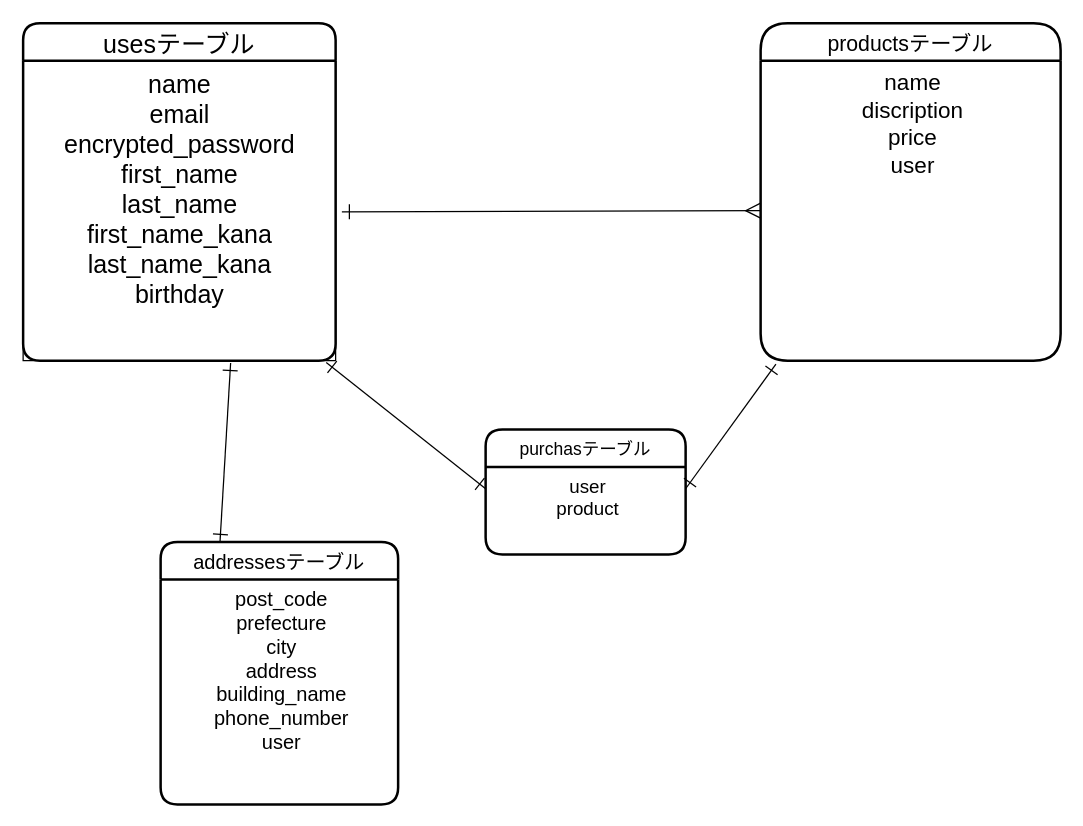
This is furima.dio from yyhoshino/furima-38595, a draw.io file, before an edit. Source tidied: cells renumbered, new cells numbered last; positions are measured from the earlier drawing's top-left corner, leaving out a move shared by most shapes. Both pictures are drawn from the tidied source at 125%, with x=0, y=0 at pixel (22, 22).
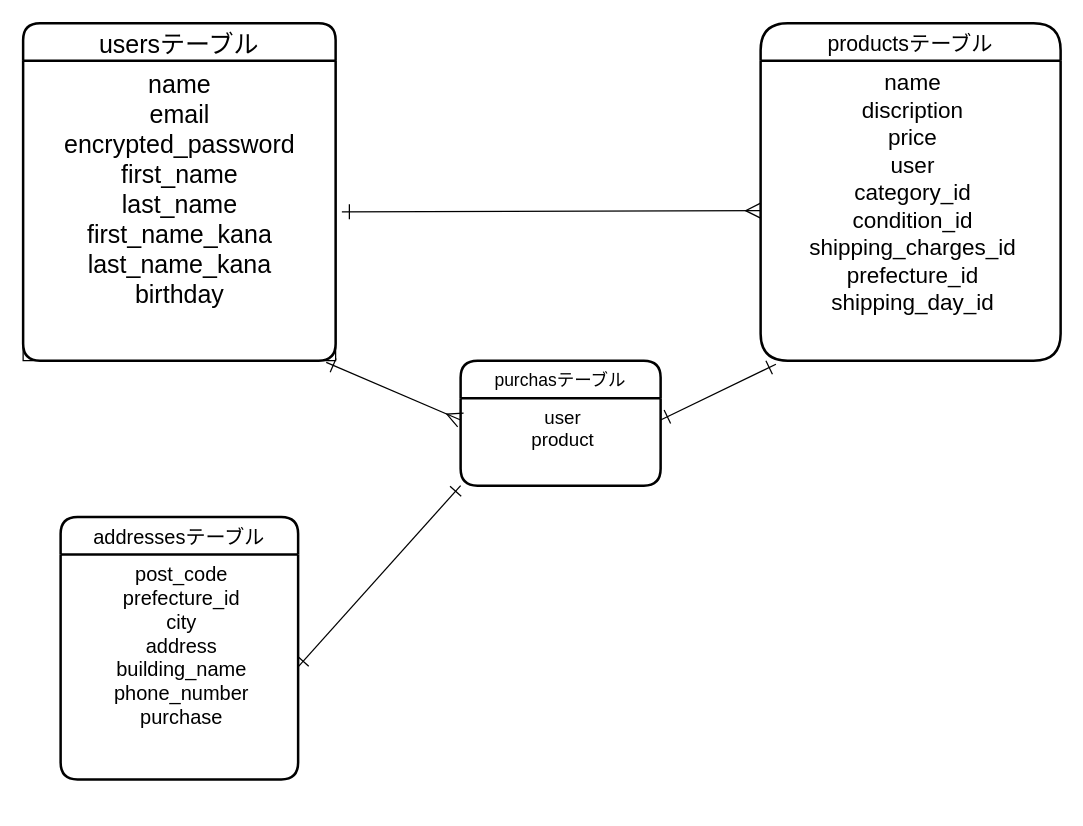
The same diagram, later.

What changed in the source:
```diff
@@
 <mxGraphModel>
   <root>
     <mxCell id="0" />
     <mxCell id="1" parent="0" />
-    <mxCell id="2" value="usesテーブル" style="swimlane;horizontal=1;startSize=30;rounded=1;fontSize=20;fontStyle=0;strokeWidth=2;shadow=0;dashed=0;align=center;" parent="1" vertex="1">
+    <mxCell id="2" value="usersテーブル" style="swimlane;horizontal=1;startSize=30;rounded=1;fontSize=20;fontStyle=0;strokeWidth=2;shadow=0;dashed=0;align=center;" parent="1" vertex="1">
       <mxGeometry width="250" height="270" as="geometry" />
     </mxCell>
     <mxCell id="3" value="name&lt;br&gt;email&lt;br&gt;encrypted_password&lt;br&gt;first_name&lt;br&gt;last_name&lt;br&gt;first_name_kana&lt;br&gt;last_name_kana&lt;br&gt;&lt;div&gt;birthday&lt;/div&gt;" style="text;html=1;align=center;verticalAlign=top;points=[];strokeColor=default;fillColor=none;fontSize=20;fontStyle=0;" parent="2" vertex="1">
       <mxGeometry y="30" width="250" height="240" as="geometry" />
     </mxCell>
     <mxCell id="4" value="productsテーブル" style="swimlane;horizontal=1;startSize=30;rounded=1;fontSize=17;fontStyle=0;strokeWidth=2;shadow=0;dashed=0;align=center;arcSize=24;" parent="1" vertex="1">
       <mxGeometry x="590" width="240" height="270" as="geometry" />
     </mxCell>
-    <mxCell id="5" value="name&#10;discription&#10;price&#10;user&#10;" style="align=center;strokeColor=none;fillColor=none;spacingLeft=4;fontSize=18;verticalAlign=top;" parent="4" vertex="1">
+    <mxCell id="5" value="name&#10;discription&#10;price&#10;user&#10;category_id&#10;condition_id&#10;shipping_charges_id&#10;prefecture_id&#10;shipping_day_id&#10;" style="align=center;strokeColor=none;fillColor=none;spacingLeft=4;fontSize=18;verticalAlign=top;" parent="4" vertex="1">
       <mxGeometry y="30" width="240" height="240" as="geometry" />
     </mxCell>
     <mxCell id="6" style="edgeStyle=none;html=1;fontSize=18;endArrow=ERmany;endFill=0;strokeWidth=1;endSize=10;entryX=0;entryY=0.5;entryDx=0;entryDy=0;startArrow=ERone;startFill=0;targetPerimeterSpacing=10;sourcePerimeterSpacing=10;startSize=10;exitX=1.02;exitY=0.504;exitDx=0;exitDy=0;exitPerimeter=0;" parent="1" edge="1" source="3" target="5">
       <mxGeometry relative="1" as="geometry" />
     </mxCell>
     <mxCell id="7" value="purchasテーブル" style="swimlane;horizontal=1;startSize=30;rounded=1;fontSize=14;fontStyle=0;strokeWidth=2;shadow=0;dashed=0;align=center;" parent="1" vertex="1">
-      <mxGeometry x="370" y="325" width="160" height="100" as="geometry" />
+      <mxGeometry x="350" y="270" width="160" height="100" as="geometry" />
     </mxCell>
     <mxCell id="8" value="user&#10;product" style="align=center;strokeColor=none;fillColor=none;spacingLeft=4;fontSize=15;verticalAlign=top;" parent="7" vertex="1">
       <mxGeometry y="30" width="160" height="70" as="geometry" />
     </mxCell>
     <mxCell id="9" style="edgeStyle=none;html=1;exitX=1;exitY=0.25;exitDx=0;exitDy=0;fontSize=15;startArrow=ERone;startFill=0;endArrow=ERone;endFill=0;startSize=10;endSize=10;sourcePerimeterSpacing=10;targetPerimeterSpacing=10;strokeWidth=1;entryX=0.051;entryY=1.012;entryDx=0;entryDy=0;entryPerimeter=0;" parent="1" edge="1" source="8" target="5">
       <mxGeometry relative="1" as="geometry" />
     </mxCell>
-    <mxCell id="10" style="edgeStyle=none;html=1;exitX=0.25;exitY=0;exitDx=0;exitDy=0;entryX=0.664;entryY=1.008;entryDx=0;entryDy=0;entryPerimeter=0;fontSize=16;startArrow=ERone;startFill=0;endArrow=ERone;endFill=0;startSize=10;endSize=10;sourcePerimeterSpacing=10;targetPerimeterSpacing=10;strokeWidth=1;" parent="1" edge="1" source="11" target="3">
-      <mxGeometry relative="1" as="geometry" />
-    </mxCell>
     <mxCell id="11" value="addressesテーブル" style="swimlane;horizontal=1;startSize=30;rounded=1;fontSize=16;fontStyle=0;strokeWidth=2;shadow=0;dashed=0;align=center;" parent="1" vertex="1">
-      <mxGeometry x="110" y="415" width="190" height="210" as="geometry" />
+      <mxGeometry x="30" y="395" width="190" height="210" as="geometry" />
     </mxCell>
-    <mxCell id="12" value="post_code&#10;prefecture&#10;city&#10;address&#10;building_name&#10;phone_number&#10;user" style="align=center;strokeColor=none;fillColor=none;spacingLeft=4;fontSize=16;verticalAlign=top;" parent="11" vertex="1">
+    <mxCell id="12" value="post_code&#10;prefecture_id&#10;city&#10;address&#10;building_name&#10;phone_number&#10;purchase" style="align=center;strokeColor=none;fillColor=none;spacingLeft=4;fontSize=16;verticalAlign=top;" parent="11" vertex="1">
       <mxGeometry y="30" width="190" height="180" as="geometry" />
     </mxCell>
-    <mxCell id="13" style="edgeStyle=none;html=1;exitX=0;exitY=0.25;exitDx=0;exitDy=0;entryX=0.97;entryY=1.006;entryDx=0;entryDy=0;entryPerimeter=0;fontSize=15;startArrow=ERone;startFill=0;endArrow=ERone;endFill=0;startSize=10;endSize=10;sourcePerimeterSpacing=10;targetPerimeterSpacing=10;strokeWidth=1;" parent="1" edge="1" source="8" target="3">
+    <mxCell id="13" style="edgeStyle=none;html=1;exitX=0;exitY=0.25;exitDx=0;exitDy=0;entryX=0.97;entryY=1.006;entryDx=0;entryDy=0;entryPerimeter=0;fontSize=15;startArrow=ERmany;startFill=0;endArrow=ERone;endFill=0;startSize=10;endSize=10;sourcePerimeterSpacing=10;targetPerimeterSpacing=10;strokeWidth=1;" parent="1" edge="1" source="8" target="3">
       <mxGeometry relative="1" as="geometry" />
     </mxCell>
+    <mxCell id="14" style="edgeStyle=none;html=1;exitX=0;exitY=1;exitDx=0;exitDy=0;entryX=1;entryY=0.5;entryDx=0;entryDy=0;fontSize=15;startArrow=ERone;startFill=0;endArrow=ERone;endFill=0;startSize=10;endSize=10;sourcePerimeterSpacing=10;targetPerimeterSpacing=10;strokeWidth=1;" parent="1" edge="1" source="8" target="12">
+      <mxGeometry relative="1" as="geometry" />
+    </mxCell>
   </root>
 </mxGraphModel>
```
